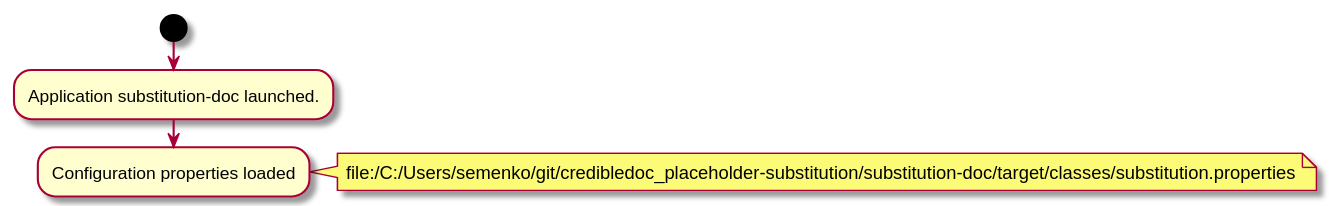
This is substitution-doc/doc/img/diagrams.md_1.svg from credibledoc/credible-doc, a PlantUML export, as it was before one commit. Its diagram source:
```plantuml
@startuml
start
:Application substitution-doc launched.;

:Configuration properties loaded;
note right
file:/C:/Users/semenko/git/credibledoc_placeholder-substitution/substitution-doc/target/classes/substitution.properties
end note

@enduml
```
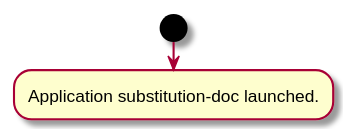
After the change.

Commit message:
Documentation of substitution-doc and log-combiner-doc modules

What changed in the source:
```diff
@@ -2,9 +2,4 @@
 start
 :Application substitution-doc launched.;
 
-:Configuration properties loaded;
-note right
-file:/C:/Users/semenko/git/credibledoc_placeholder-substitution/substitution-doc/target/classes/substitution.properties
-end note
-
 @enduml
```
